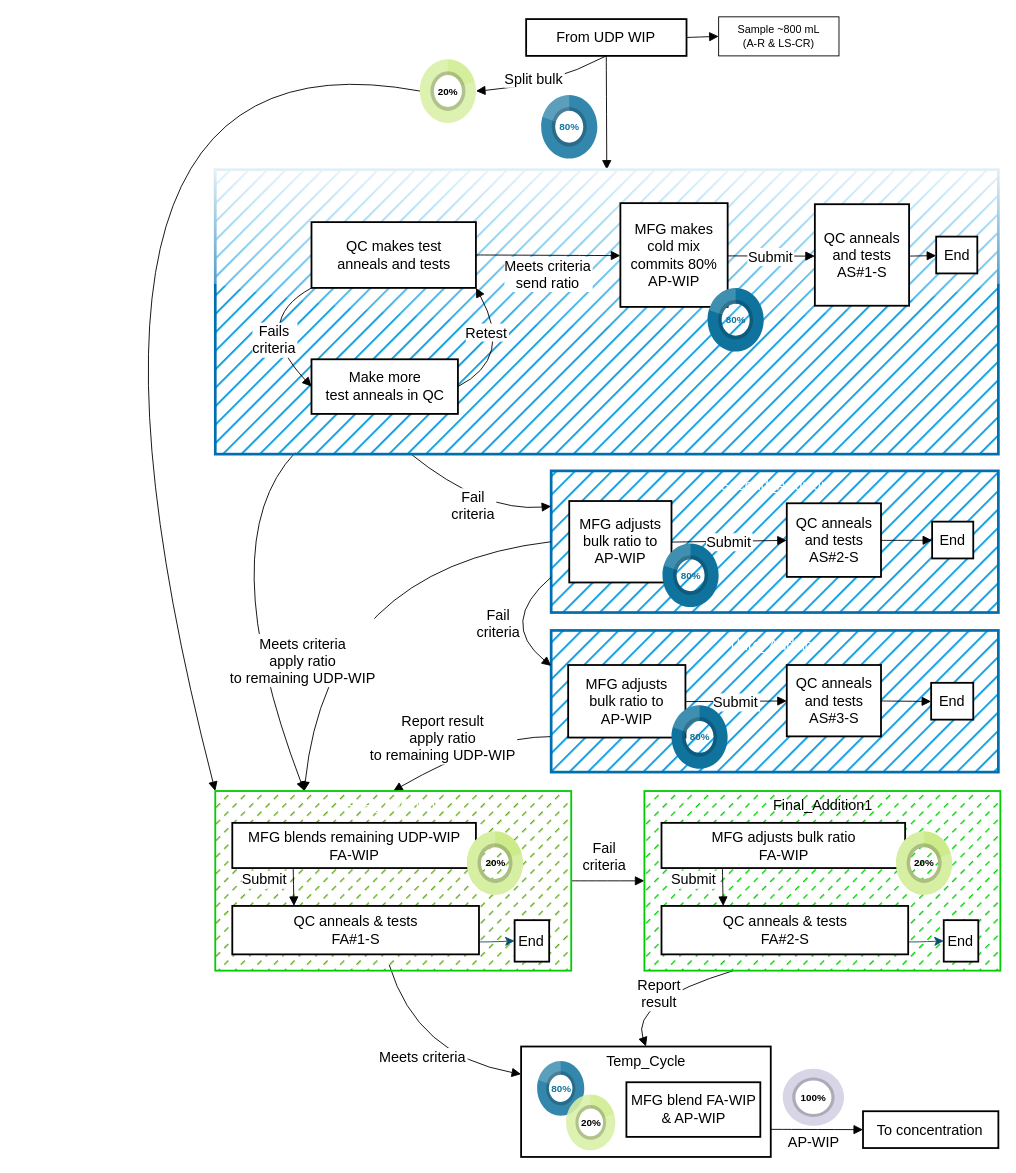
Above: Flows.drawio in jeffspc88mx/MiscStuff (draw.io), before the change. Source tidied: cells renumbered, new cells numbered last; positions are measured from the earlier drawing's top-left corner, leaving out a move shared by most shapes. Both pictures are drawn from the tidied source at 90%, with x=0, y=0 at pixel (15, 15).
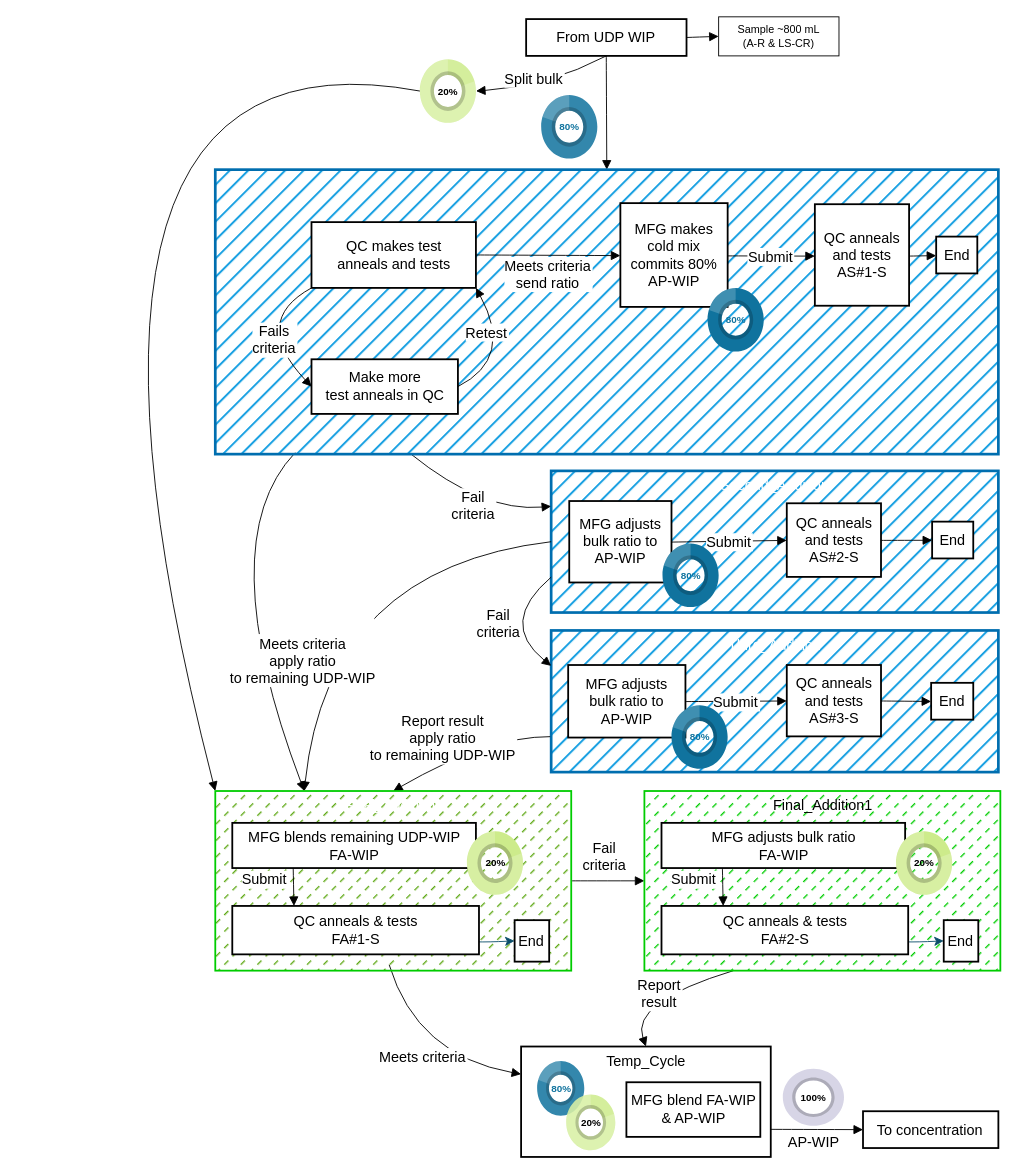
The same diagram, later.

The edit, as a diff of the source:
```diff
@@
-    <mxCell id="2" style="group;" parent="1" vertex="1">
+    <mxCell id="2" style="group;glass=1;" parent="1" vertex="1">
       <mxGeometry width="1094" height="1268" as="geometry" />
     </mxCell>
@@
-    <mxCell id="21" style="group;fontSize=16;fillColor=#1ba1e2;strokeColor=#006EAF;strokeWidth=3;glass=1;fontColor=#ffffff;fillStyle=hatch;" parent="2" vertex="1">
+    <mxCell id="21" style="group;fontSize=16;fillColor=#1ba1e2;strokeColor=#006EAF;strokeWidth=3;glass=0;fontColor=#ffffff;fillStyle=hatch;" parent="2" vertex="1">
       <mxGeometry x="221.7" y="171" width="870.1" height="316.1" as="geometry" />
     </mxCell>
```
